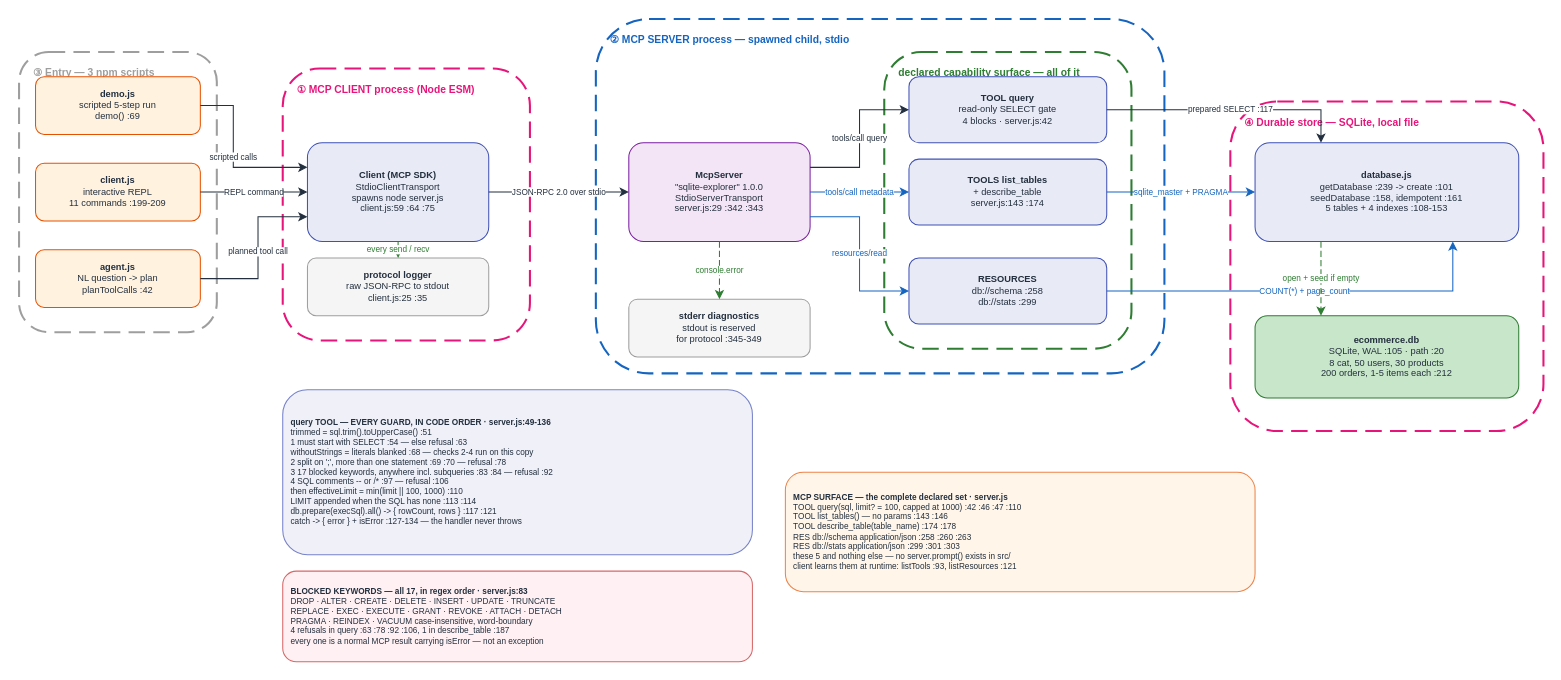
Before: docs/diagrams/mcp_server_v1/HOA_McpServer_v1.drawio in gmaheshraju/Hands-on-AgenticAI, a draw.io diagram. Source tidied: cells renumbered, new cells numbered last; positions are measured from the earlier drawing's top-left corner, leaving out a move shared by most shapes. Both pictures are drawn from the tidied source at 103%, with x=0, y=0 at pixel (19, 19).
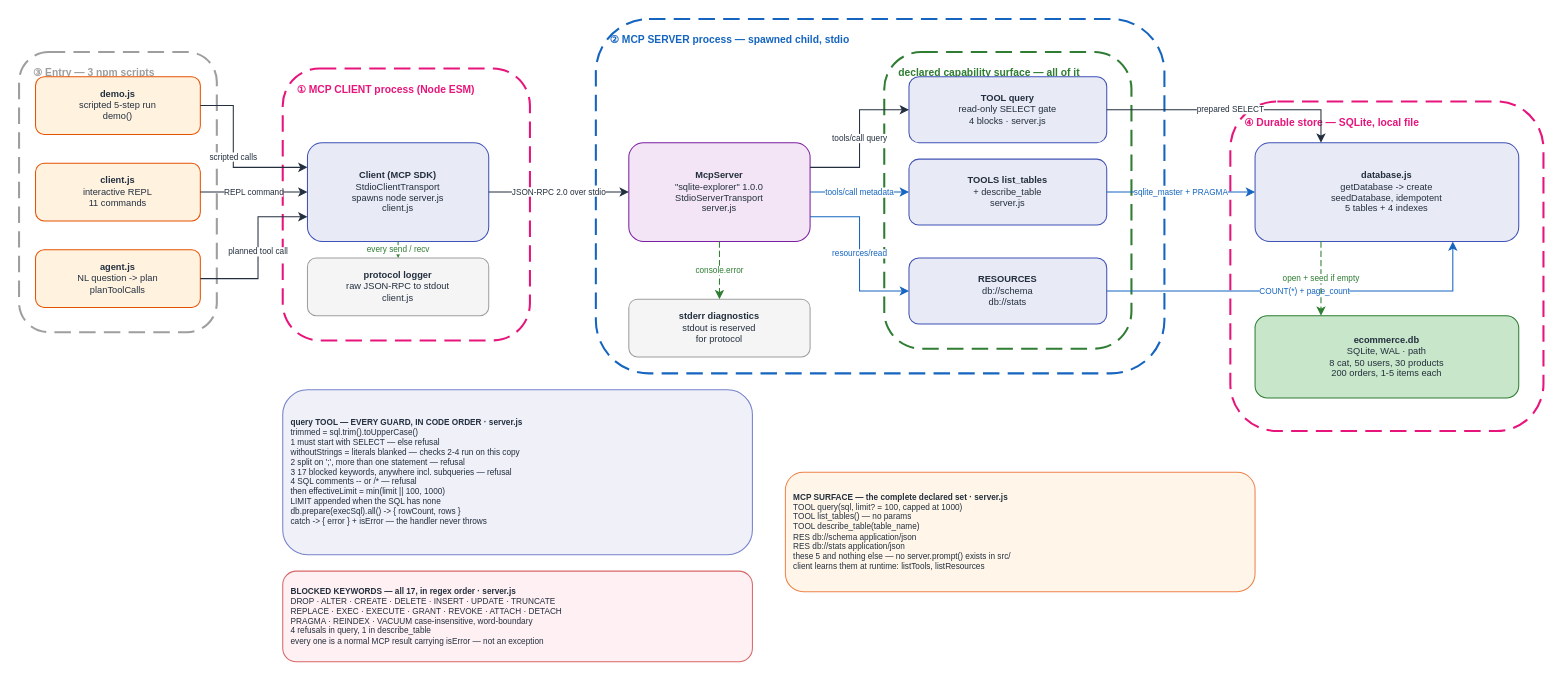
The same diagram, later.

The edit, as a diff of the source:
```diff
@@
-    <mxCell id="12" value="&lt;b&gt;demo.js&lt;/b&gt;&lt;br&gt;scripted 5-step run&lt;br&gt;demo() :69" style="rounded=1;fillColor=#FFF3E0;strokeColor=#E65100;fontSize=9;fontColor=#232F3E;html=1;whiteSpace=wrap;align=center;" parent="1" vertex="1">
+    <mxCell id="12" value="&lt;b&gt;demo.js&lt;/b&gt;&lt;br&gt;scripted 5-step run&lt;br&gt;demo()" style="rounded=1;fillColor=#FFF3E0;strokeColor=#E65100;fontSize=9;fontColor=#232F3E;html=1;whiteSpace=wrap;align=center;" parent="1" vertex="1">
       <mxGeometry x="16" y="56" width="160" height="56" as="geometry" />
     </mxCell>
-    <mxCell id="13" value="&lt;b&gt;client.js&lt;/b&gt;&lt;br&gt;interactive REPL&lt;br&gt;11 commands :199-209" style="rounded=1;fillColor=#FFF3E0;strokeColor=#E65100;fontSize=9;fontColor=#232F3E;html=1;whiteSpace=wrap;align=center;" parent="1" vertex="1">
+    <mxCell id="13" value="&lt;b&gt;client.js&lt;/b&gt;&lt;br&gt;interactive REPL&lt;br&gt;11 commands" style="rounded=1;fillColor=#FFF3E0;strokeColor=#E65100;fontSize=9;fontColor=#232F3E;html=1;whiteSpace=wrap;align=center;" parent="1" vertex="1">
       <mxGeometry x="16" y="140" width="160" height="56" as="geometry" />
     </mxCell>
-    <mxCell id="14" value="&lt;b&gt;agent.js&lt;/b&gt;&lt;br&gt;NL question -&amp;gt; plan&lt;br&gt;planToolCalls :42" style="rounded=1;fillColor=#FFF3E0;strokeColor=#E65100;fontSize=9;fontColor=#232F3E;html=1;whiteSpace=wrap;align=center;" parent="1" vertex="1">
+    <mxCell id="14" value="&lt;b&gt;agent.js&lt;/b&gt;&lt;br&gt;NL question -&amp;gt; plan&lt;br&gt;planToolCalls" style="rounded=1;fillColor=#FFF3E0;strokeColor=#E65100;fontSize=9;fontColor=#232F3E;html=1;whiteSpace=wrap;align=center;" parent="1" vertex="1">
       <mxGeometry x="16" y="224" width="160" height="56" as="geometry" />
     </mxCell>
-    <mxCell id="15" value="&lt;b&gt;Client (MCP SDK)&lt;/b&gt;&lt;br&gt;StdioClientTransport&lt;br&gt;spawns node server.js&lt;br&gt;client.js:59 :64 :75" style="rounded=1;fillColor=#E8EAF6;strokeColor=#3F51B5;fontSize=9;fontColor=#232F3E;html=1;whiteSpace=wrap;align=center;" parent="1" vertex="1">
+    <mxCell id="15" value="&lt;b&gt;Client (MCP SDK)&lt;/b&gt;&lt;br&gt;StdioClientTransport&lt;br&gt;spawns node server.js&lt;br&gt;client.js" style="rounded=1;fillColor=#E8EAF6;strokeColor=#3F51B5;fontSize=9;fontColor=#232F3E;html=1;whiteSpace=wrap;align=center;" parent="1" vertex="1">
       <mxGeometry x="280" y="120" width="176" height="96" as="geometry" />
     </mxCell>
-    <mxCell id="16" value="&lt;b&gt;protocol logger&lt;/b&gt;&lt;br&gt;raw JSON-RPC to stdout&lt;br&gt;client.js:25 :35" style="rounded=1;fillColor=#F5F5F5;strokeColor=#9E9E9E;fontSize=9;fontColor=#232F3E;html=1;whiteSpace=wrap;align=center;" parent="1" vertex="1">
+    <mxCell id="16" value="&lt;b&gt;protocol logger&lt;/b&gt;&lt;br&gt;raw JSON-RPC to stdout&lt;br&gt;client.js" style="rounded=1;fillColor=#F5F5F5;strokeColor=#9E9E9E;fontSize=9;fontColor=#232F3E;html=1;whiteSpace=wrap;align=center;" parent="1" vertex="1">
       <mxGeometry x="280" y="232" width="176" height="56" as="geometry" />
     </mxCell>
-    <mxCell id="17" value="&lt;b&gt;McpServer&lt;/b&gt;&lt;br&gt;&amp;quot;sqlite-explorer&amp;quot; 1.0.0&lt;br&gt;StdioServerTransport&lt;br&gt;server.js:29 :342 :343" style="rounded=1;fillColor=#F3E5F5;strokeColor=#7B1FA2;fontSize=9;fontColor=#232F3E;html=1;whiteSpace=wrap;align=center;" parent="1" vertex="1">
+    <mxCell id="17" value="&lt;b&gt;McpServer&lt;/b&gt;&lt;br&gt;&amp;quot;sqlite-explorer&amp;quot; 1.0.0&lt;br&gt;StdioServerTransport&lt;br&gt;server.js" style="rounded=1;fillColor=#F3E5F5;strokeColor=#7B1FA2;fontSize=9;fontColor=#232F3E;html=1;whiteSpace=wrap;align=center;" parent="1" vertex="1">
       <mxGeometry x="592" y="120" width="176" height="96" as="geometry" />
     </mxCell>
-    <mxCell id="18" value="&lt;b&gt;TOOL query&lt;/b&gt;&lt;br&gt;read-only SELECT gate&lt;br&gt;4 blocks &amp;middot; server.js:42" style="rounded=1;fillColor=#E8EAF6;strokeColor=#3F51B5;fontSize=9;fontColor=#232F3E;html=1;whiteSpace=wrap;align=center;" parent="1" vertex="1">
+    <mxCell id="18" value="&lt;b&gt;TOOL query&lt;/b&gt;&lt;br&gt;read-only SELECT gate&lt;br&gt;4 blocks &amp;middot; server.js" style="rounded=1;fillColor=#E8EAF6;strokeColor=#3F51B5;fontSize=9;fontColor=#232F3E;html=1;whiteSpace=wrap;align=center;" parent="1" vertex="1">
       <mxGeometry x="864" y="56" width="192" height="64" as="geometry" />
     </mxCell>
-    <mxCell id="19" value="&lt;b&gt;TOOLS list_tables&lt;/b&gt;&lt;br&gt;+ describe_table&lt;br&gt;server.js:143 :174" style="rounded=1;fillColor=#E8EAF6;strokeColor=#3F51B5;fontSize=9;fontColor=#232F3E;html=1;whiteSpace=wrap;align=center;" parent="1" vertex="1">
+    <mxCell id="19" value="&lt;b&gt;TOOLS list_tables&lt;/b&gt;&lt;br&gt;+ describe_table&lt;br&gt;server.js" style="rounded=1;fillColor=#E8EAF6;strokeColor=#3F51B5;fontSize=9;fontColor=#232F3E;html=1;whiteSpace=wrap;align=center;" parent="1" vertex="1">
       <mxGeometry x="864" y="136" width="192" height="64" as="geometry" />
     </mxCell>
-    <mxCell id="20" value="&lt;b&gt;RESOURCES&lt;/b&gt;&lt;br&gt;db://schema :258&lt;br&gt;db://stats :299" style="rounded=1;fillColor=#E8EAF6;strokeColor=#3F51B5;fontSize=9;fontColor=#232F3E;html=1;whiteSpace=wrap;align=center;" parent="1" vertex="1">
+    <mxCell id="20" value="&lt;b&gt;RESOURCES&lt;/b&gt;&lt;br&gt;db://schema&lt;br&gt;db://stats" style="rounded=1;fillColor=#E8EAF6;strokeColor=#3F51B5;fontSize=9;fontColor=#232F3E;html=1;whiteSpace=wrap;align=center;" parent="1" vertex="1">
       <mxGeometry x="864" y="232" width="192" height="64" as="geometry" />
     </mxCell>
-    <mxCell id="21" value="&lt;b&gt;stderr diagnostics&lt;/b&gt;&lt;br&gt;stdout is reserved&lt;br&gt;for protocol :345-349" style="rounded=1;fillColor=#F5F5F5;strokeColor=#9E9E9E;fontSize=9;fontColor=#232F3E;html=1;whiteSpace=wrap;align=center;" parent="1" vertex="1">
+    <mxCell id="21" value="&lt;b&gt;stderr diagnostics&lt;/b&gt;&lt;br&gt;stdout is reserved&lt;br&gt;for protocol" style="rounded=1;fillColor=#F5F5F5;strokeColor=#9E9E9E;fontSize=9;fontColor=#232F3E;html=1;whiteSpace=wrap;align=center;" parent="1" vertex="1">
       <mxGeometry x="592" y="272" width="176" height="56" as="geometry" />
     </mxCell>
-    <mxCell id="22" value="&lt;b&gt;database.js&lt;/b&gt;&lt;br&gt;getDatabase :239 -&amp;gt; create :101&lt;br&gt;seedDatabase :158, idempotent :161&lt;br&gt;5 tables + 4 indexes :108-153" style="rounded=1;fillColor=#E8EAF6;strokeColor=#3F51B5;fontSize=9;fontColor=#232F3E;html=1;whiteSpace=wrap;align=center;" parent="1" vertex="1">
+    <mxCell id="22" value="&lt;b&gt;database.js&lt;/b&gt;&lt;br&gt;getDatabase -&amp;gt; create&lt;br&gt;seedDatabase, idempotent&lt;br&gt;5 tables + 4 indexes" style="rounded=1;fillColor=#E8EAF6;strokeColor=#3F51B5;fontSize=9;fontColor=#232F3E;html=1;whiteSpace=wrap;align=center;" parent="1" vertex="1">
       <mxGeometry x="1200" y="120" width="256" height="96" as="geometry" />
     </mxCell>
-    <mxCell id="23" value="&lt;b&gt;ecommerce.db&lt;/b&gt;&lt;br&gt;SQLite, WAL :105 &amp;middot; path :20&lt;br&gt;8 cat, 50 users, 30 products&lt;br&gt;200 orders, 1-5 items each :212" style="rounded=1;fillColor=#C8E6C9;strokeColor=#2E7D32;fontSize=9;fontColor=#232F3E;html=1;whiteSpace=wrap;align=center;" parent="1" vertex="1">
+    <mxCell id="23" value="&lt;b&gt;ecommerce.db&lt;/b&gt;&lt;br&gt;SQLite, WAL &amp;middot; path&lt;br&gt;8 cat, 50 users, 30 products&lt;br&gt;200 orders, 1-5 items each" style="rounded=1;fillColor=#C8E6C9;strokeColor=#2E7D32;fontSize=9;fontColor=#232F3E;html=1;whiteSpace=wrap;align=center;" parent="1" vertex="1">
       <mxGeometry x="1200" y="288" width="256" height="80" as="geometry" />
     </mxCell>
-    <mxCell id="24" value="&lt;b&gt;query TOOL — EVERY GUARD, IN CODE ORDER &amp;middot; server.js:49-136&lt;/b&gt;&lt;br&gt;trimmed = sql.trim().toUpperCase() :51&lt;br&gt;1  must start with SELECT :54 — else refusal :63&lt;br&gt;withoutStrings = literals blanked :68 — checks 2-4 run on this copy&lt;br&gt;2  split on ';', more than one statement :69 :70 — refusal :78&lt;br&gt;3  17 blocked keywords, anywhere incl. subqueries :83 :84 — refusal :92&lt;br&gt;4  SQL comments -- or /* :97 — refusal :106&lt;br&gt;then  effectiveLimit = min(limit || 100, 1000) :110&lt;br&gt;        LIMIT appended when the SQL has none :113 :114&lt;br&gt;        db.prepare(execSql).all() -&amp;gt; { rowCount, rows } :117 :121&lt;br&gt;catch -&amp;gt; { error } + isError :127-134 — the handler never throws" style="rounded=1;fillColor=#E8EAF6;strokeColor=#3F51B5;fontSize=8;fontColor=#232F3E;html=1;whiteSpace=wrap;align=left;spacingLeft=6;opacity=70;" parent="1" vertex="1">
+    <mxCell id="24" value="&lt;b&gt;query TOOL — EVERY GUARD, IN CODE ORDER &amp;middot; server.js&lt;/b&gt;&lt;br&gt;trimmed = sql.trim().toUpperCase()&lt;br&gt;1 must start with SELECT — else refusal&lt;br&gt;withoutStrings = literals blanked — checks 2-4 run on this copy&lt;br&gt;2 split on ';', more than one statement — refusal&lt;br&gt;3 17 blocked keywords, anywhere incl. subqueries — refusal&lt;br&gt;4 SQL comments -- or /* — refusal&lt;br&gt;then effectiveLimit = min(limit || 100, 1000)&lt;br&gt; LIMIT appended when the SQL has none&lt;br&gt; db.prepare(execSql).all() -&amp;gt; { rowCount, rows }&lt;br&gt;catch -&amp;gt; { error } + isError — the handler never throws" style="rounded=1;fillColor=#E8EAF6;strokeColor=#3F51B5;fontSize=8;fontColor=#232F3E;html=1;whiteSpace=wrap;align=left;spacingLeft=6;opacity=70;" parent="1" vertex="1">
       <mxGeometry x="256" y="360" width="456" height="160" as="geometry" />
     </mxCell>
-    <mxCell id="25" value="&lt;b&gt;BLOCKED KEYWORDS — all 17, in regex order &amp;middot; server.js:83&lt;/b&gt;&lt;br&gt;DROP &amp;middot; ALTER &amp;middot; CREATE &amp;middot; DELETE &amp;middot; INSERT &amp;middot; UPDATE &amp;middot; TRUNCATE&lt;br&gt;REPLACE &amp;middot; EXEC &amp;middot; EXECUTE &amp;middot; GRANT &amp;middot; REVOKE &amp;middot; ATTACH &amp;middot; DETACH&lt;br&gt;PRAGMA &amp;middot; REINDEX &amp;middot; VACUUM      case-insensitive, word-boundary&lt;br&gt;4 refusals in query :63 :78 :92 :106, 1 in describe_table :187&lt;br&gt;every one is a normal MCP result carrying isError — not an exception" style="rounded=1;fillColor=#FFEBEE;strokeColor=#C62828;fontSize=8;fontColor=#232F3E;html=1;whiteSpace=wrap;align=left;spacingLeft=6;opacity=70;" parent="1" vertex="1">
+    <mxCell id="25" value="&lt;b&gt;BLOCKED KEYWORDS — all 17, in regex order &amp;middot; server.js&lt;/b&gt;&lt;br&gt;DROP &amp;middot; ALTER &amp;middot; CREATE &amp;middot; DELETE &amp;middot; INSERT &amp;middot; UPDATE &amp;middot; TRUNCATE&lt;br&gt;REPLACE &amp;middot; EXEC &amp;middot; EXECUTE &amp;middot; GRANT &amp;middot; REVOKE &amp;middot; ATTACH &amp;middot; DETACH&lt;br&gt;PRAGMA &amp;middot; REINDEX &amp;middot; VACUUM case-insensitive, word-boundary&lt;br&gt;4 refusals in query, 1 in describe_table&lt;br&gt;every one is a normal MCP result carrying isError — not an exception" style="rounded=1;fillColor=#FFEBEE;strokeColor=#C62828;fontSize=8;fontColor=#232F3E;html=1;whiteSpace=wrap;align=left;spacingLeft=6;opacity=70;" parent="1" vertex="1">
       <mxGeometry x="256" y="536" width="456" height="88" as="geometry" />
     </mxCell>
-    <mxCell id="26" value="&lt;b&gt;MCP SURFACE — the complete declared set &amp;middot; server.js&lt;/b&gt;&lt;br&gt;TOOL  query(sql, limit? = 100, capped at 1000) :42 :46 :47 :110&lt;br&gt;TOOL  list_tables() — no params :143 :146&lt;br&gt;TOOL  describe_table(table_name) :174 :178&lt;br&gt;RES   db://schema   application/json :258 :260 :263&lt;br&gt;RES   db://stats    application/json :299 :301 :303&lt;br&gt;these 5 and nothing else — no server.prompt() exists in src/&lt;br&gt;client learns them at runtime: listTools :93, listResources :121" style="rounded=1;fillColor=#FFF3E0;strokeColor=#E65100;fontSize=8;fontColor=#232F3E;html=1;whiteSpace=wrap;align=left;spacingLeft=6;opacity=70;" parent="1" vertex="1">
+    <mxCell id="26" value="&lt;b&gt;MCP SURFACE — the complete declared set &amp;middot; server.js&lt;/b&gt;&lt;br&gt;TOOL query(sql, limit? = 100, capped at 1000)&lt;br&gt;TOOL list_tables() — no params&lt;br&gt;TOOL describe_table(table_name)&lt;br&gt;RES db://schema application/json&lt;br&gt;RES db://stats application/json&lt;br&gt;these 5 and nothing else — no server.prompt() exists in src/&lt;br&gt;client learns them at runtime: listTools, listResources" style="rounded=1;fillColor=#FFF3E0;strokeColor=#E65100;fontSize=8;fontColor=#232F3E;html=1;whiteSpace=wrap;align=left;spacingLeft=6;opacity=70;" parent="1" vertex="1">
       <mxGeometry x="744" y="440" width="456" height="116" as="geometry" />
     </mxCell>
@@
-    <mxCell id="36" value="prepared SELECT :117" style="edgeStyle=orthogonalEdgeStyle;rounded=0;html=1;strokeColor=#232F3E;fontColor=#232F3E;fontSize=8;exitX=1;exitY=0.5;exitDx=0;exitDy=0;entryX=0.25;entryY=0;entryDx=0;entryDy=0;" parent="1" edge="1" source="18" target="22">
+    <mxCell id="36" value="prepared SELECT" style="edgeStyle=orthogonalEdgeStyle;rounded=0;html=1;strokeColor=#232F3E;fontColor=#232F3E;fontSize=8;exitX=1;exitY=0.5;exitDx=0;exitDy=0;entryX=0.25;entryY=0;entryDx=0;entryDy=0;" parent="1" edge="1" source="18" target="22">
       <mxGeometry relative="1" as="geometry">
         <Array as="points">
           <mxPoint x="1264" y="88" />
         </Array>
       </mxGeometry>
     </mxCell>
```
